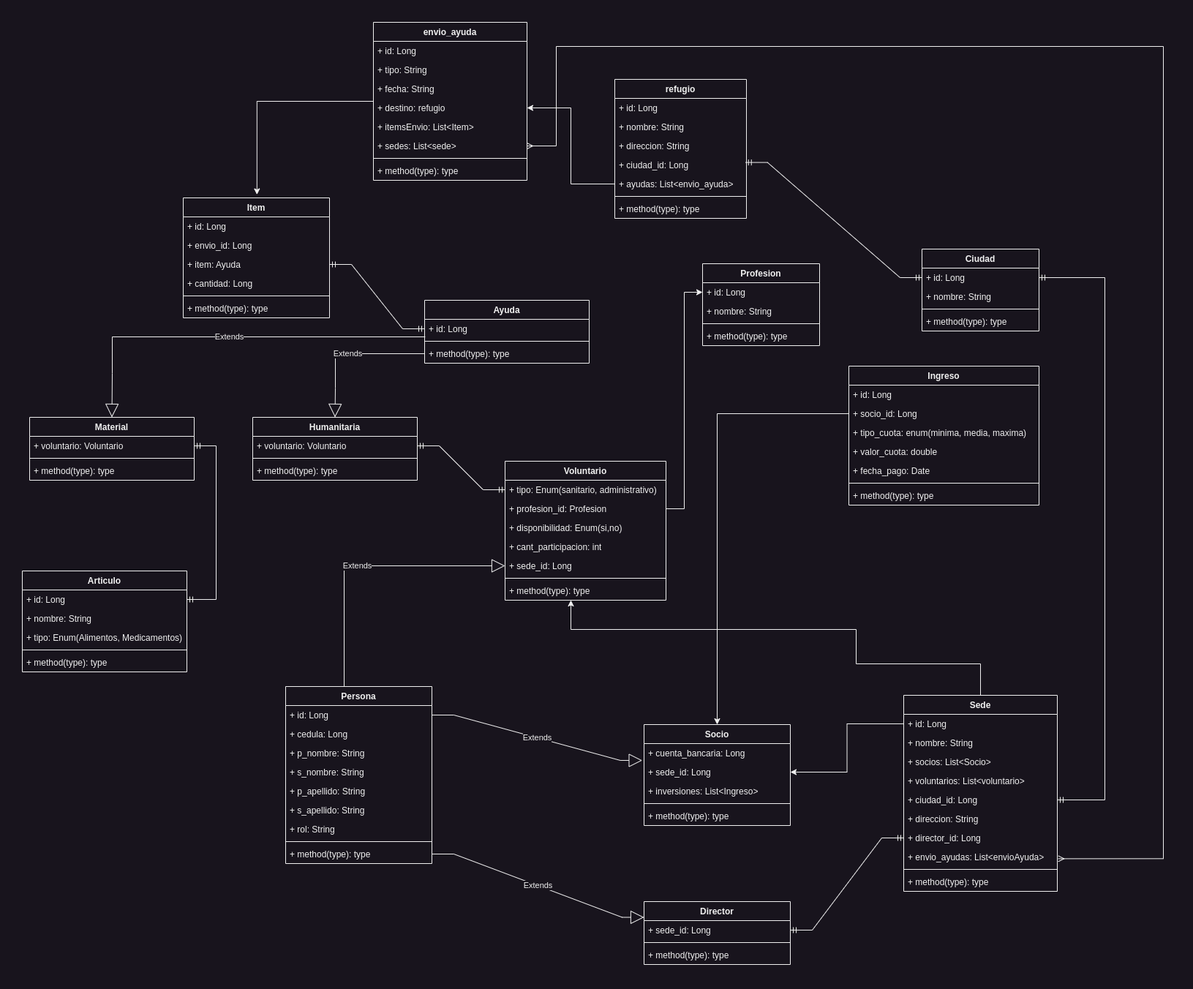
Above: src/main/resources/ONG.drawio.png in CamperSergioGaravito/ayudas_ong (draw.io), before the change. Source tidied: cells renumbered, new cells last; positions are measured from the earlier drawing's top-left corner, leaving out a move shared by most shapes.
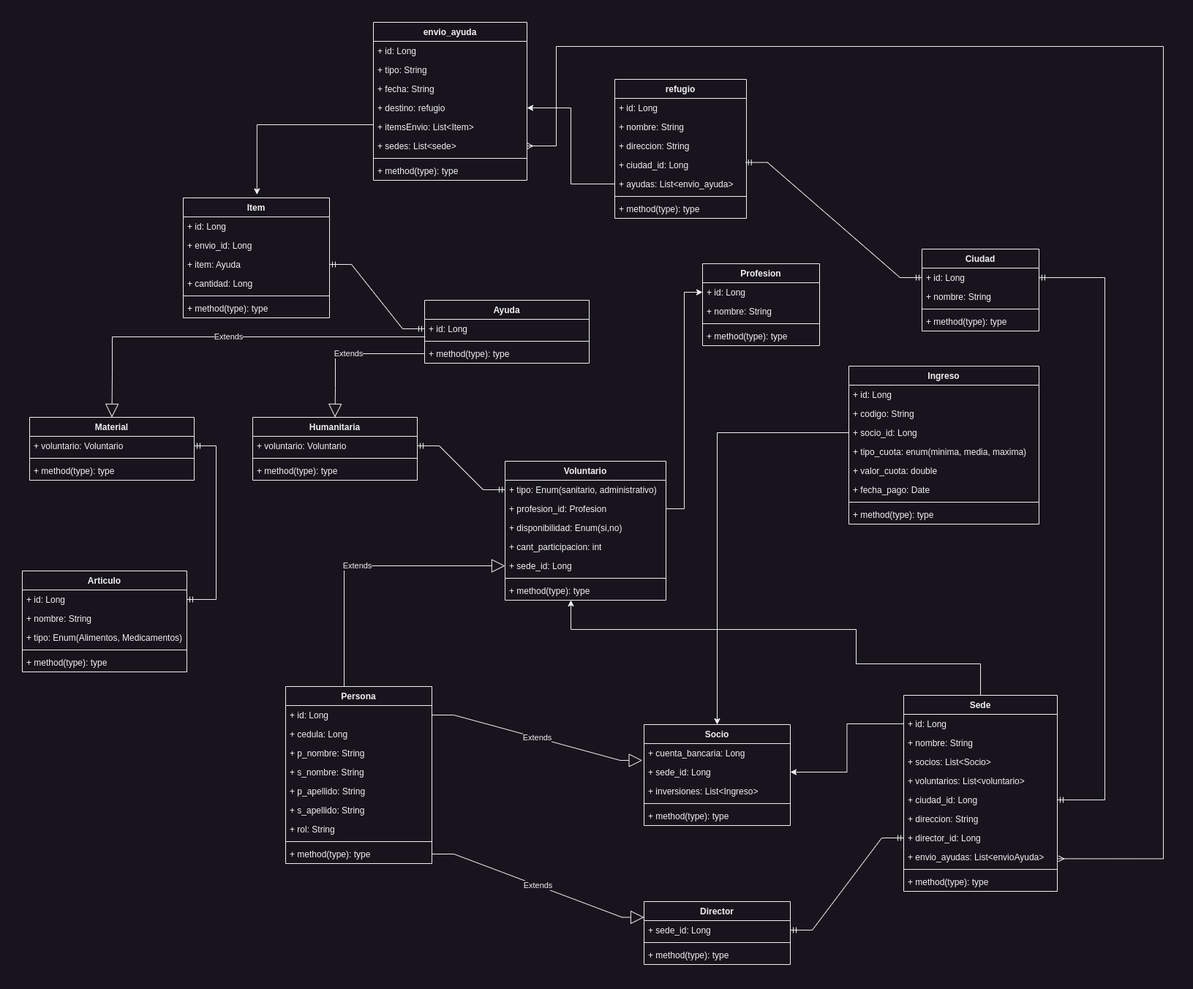
After the change.

Commit message:
Gestion de socios OK

Change to the diagram source:
```diff
@@ -96,28 +96,31 @@
       <mxGeometry y="164" width="220" height="26" as="geometry" />
     </mxCell>
     <mxCell id="33" value="Ingreso" style="swimlane;fontStyle=1;align=center;verticalAlign=top;horizontal=1;startSize=26;whiteSpace=wrap;html=1;" parent="1" vertex="1">
-      <mxGeometry x="1130" y="470" width="260" height="190" as="geometry" />
+      <mxGeometry x="1130" y="470" width="260" height="216" as="geometry" />
     </mxCell>
     <mxCell id="34" value="+ id: Long" style="text;strokeColor=none;fillColor=none;align=left;verticalAlign=top;spacingLeft=4;spacingRight=4;overflow=hidden;whiteSpace=wrap;html=1;" parent="33" vertex="1">
       <mxGeometry y="26" width="260" height="26" as="geometry" />
     </mxCell>
+    <mxCell id="119" value="+ codigo: String" style="text;strokeColor=none;fillColor=none;align=left;verticalAlign=top;spacingLeft=4;spacingRight=4;overflow=hidden;whiteSpace=wrap;html=1;" parent="33" vertex="1">
+      <mxGeometry y="52" width="260" height="26" as="geometry" />
+    </mxCell>
     <mxCell id="35" value="+ socio_id: Long" style="text;strokeColor=none;fillColor=none;align=left;verticalAlign=top;spacingLeft=4;spacingRight=4;overflow=hidden;points=[[0,0.5],[1,0.5]];portConstraint=eastwest;whiteSpace=wrap;html=1;" parent="33" vertex="1">
-      <mxGeometry y="52" width="260" height="26" as="geometry" />
+      <mxGeometry y="78" width="260" height="26" as="geometry" />
     </mxCell>
     <mxCell id="36" value="+ tipo_cuota: enum(minima, media, maxima)" style="text;strokeColor=none;fillColor=none;align=left;verticalAlign=top;spacingLeft=4;spacingRight=4;overflow=hidden;whiteSpace=wrap;html=1;" parent="33" vertex="1">
-      <mxGeometry y="78" width="260" height="26" as="geometry" />
+      <mxGeometry y="104" width="260" height="26" as="geometry" />
     </mxCell>
     <mxCell id="37" value="+ valor_cuota: double" style="text;strokeColor=none;fillColor=none;align=left;verticalAlign=top;spacingLeft=4;spacingRight=4;overflow=hidden;whiteSpace=wrap;html=1;" parent="33" vertex="1">
-      <mxGeometry y="104" width="260" height="26" as="geometry" />
+      <mxGeometry y="130" width="260" height="26" as="geometry" />
     </mxCell>
     <mxCell id="38" value="+ fecha_pago: Date" style="text;strokeColor=none;fillColor=none;align=left;verticalAlign=top;spacingLeft=4;spacingRight=4;overflow=hidden;whiteSpace=wrap;html=1;" parent="33" vertex="1">
-      <mxGeometry y="130" width="260" height="26" as="geometry" />
+      <mxGeometry y="156" width="260" height="26" as="geometry" />
     </mxCell>
     <mxCell id="39" style="line;strokeWidth=1;fillColor=none;align=left;verticalAlign=middle;spacingTop=-1;spacingLeft=3;spacingRight=3;labelPosition=right;strokeColor=inherit;" parent="33" vertex="1">
-      <mxGeometry y="156" width="260" height="8" as="geometry" />
+      <mxGeometry y="182" width="260" height="8" as="geometry" />
     </mxCell>
     <mxCell id="40" value="+ method(type): type" style="text;strokeColor=none;fillColor=none;align=left;verticalAlign=top;spacingLeft=4;spacingRight=4;overflow=hidden;whiteSpace=wrap;html=1;" parent="33" vertex="1">
-      <mxGeometry y="164" width="260" height="26" as="geometry" />
+      <mxGeometry y="190" width="260" height="26" as="geometry" />
     </mxCell>
     <mxCell id="41" style="edgeStyle=orthogonalEdgeStyle;rounded=0;jettySize=auto;html=1;entryX=0.5;entryY=0;entryDx=0;entryDy=0;" parent="1" edge="1" source="35" target="42">
       <mxGeometry relative="1" as="geometry" />
@@ -317,8 +320,13 @@
     <mxCell id="99" style="edgeStyle=orthogonalEdgeStyle;rounded=0;jettySize=auto;html=1;" parent="1" edge="1" source="7" target="14">
       <mxGeometry relative="1" as="geometry" />
     </mxCell>
-    <mxCell id="100" style="edgeStyle=orthogonalEdgeStyle;rounded=0;jettySize=auto;html=1;entryX=0.504;entryY=-0.027;entryDx=0;entryDy=0;entryPerimeter=0;" parent="1" edge="1" source="10" target="84">
-      <mxGeometry relative="1" as="geometry" />
+    <mxCell id="100" style="edgeStyle=orthogonalEdgeStyle;rounded=0;jettySize=auto;html=1;entryX=0.504;entryY=-0.027;entryDx=0;entryDy=0;entryPerimeter=0;exitX=0;exitY=0.5;exitDx=0;exitDy=0;" parent="1" edge="1" source="15" target="84">
+      <mxGeometry relative="1" as="geometry">
+        <Array as="points">
+          <mxPoint x="480" y="140" />
+          <mxPoint x="321" y="140" />
+        </Array>
+      </mxGeometry>
     </mxCell>
     <mxCell id="101" style="edgeStyle=orthogonalEdgeStyle;fontSize=12;html=1;endArrow=ERmany;startArrow=ERmany;rounded=0;elbow=vertical;entryX=1;entryY=0.5;entryDx=0;entryDy=0;exitX=1.006;exitY=0.592;exitDx=0;exitDy=0;exitPerimeter=0;" parent="1" edge="1" source="66" target="16">
       <mxGeometry relative="1" as="geometry">
```
